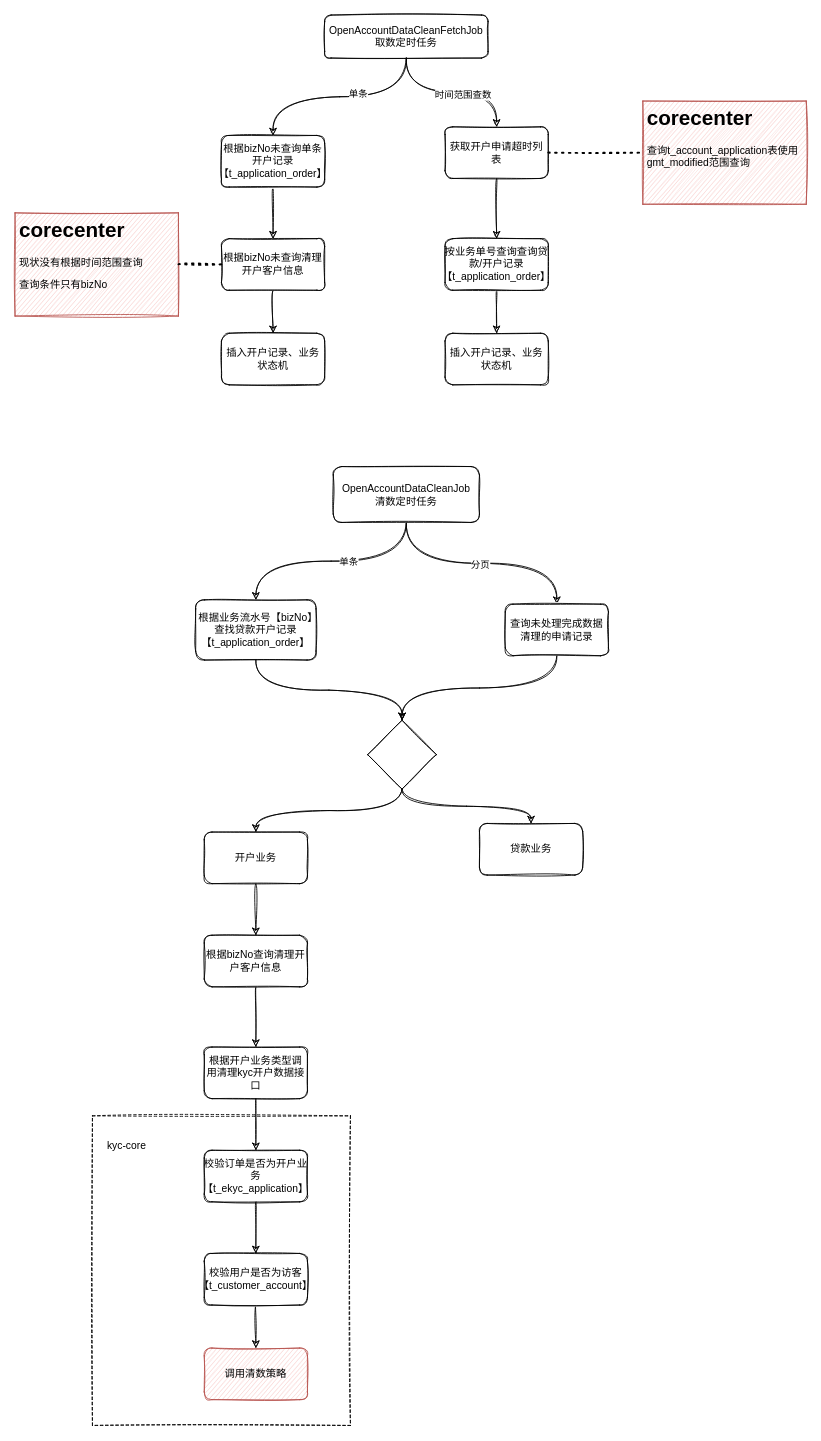
This is Untitled Diagram.drawio from QirongZhang/repository, a draw.io file, before an edit. Source tidied: cells renumbered, new cells numbered last; positions are measured from the earlier drawing's top-left corner, leaving out a move shared by most shapes. Both pictures are drawn from the tidied source at 86%, with x=0, y=0 at pixel (15, 15).
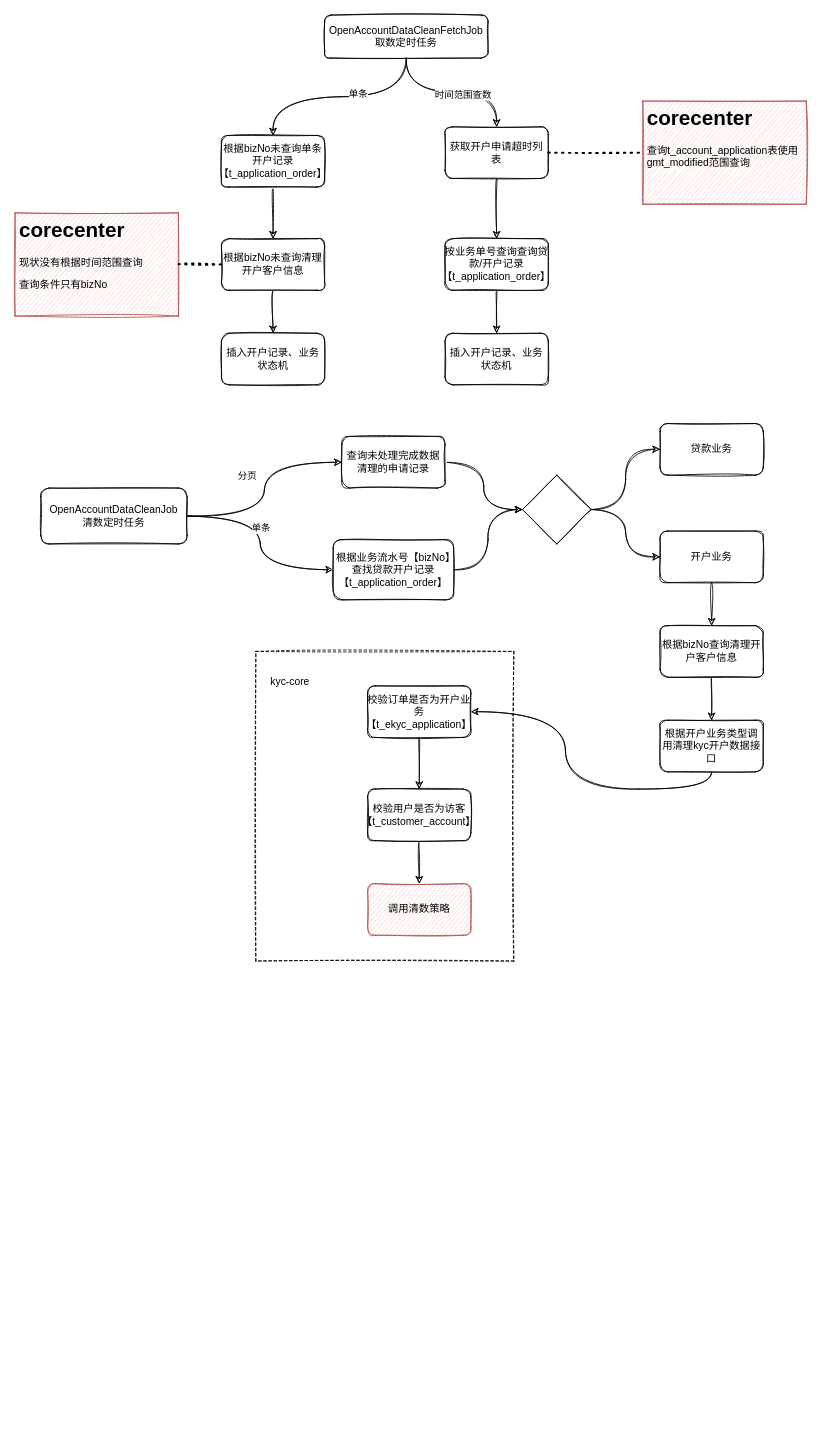
The same page after the edit.

Diff of the diagram source:
```diff
@@
     <mxCell id="2" style="rounded=0;whiteSpace=wrap;html=1;sketch=1;shadow=0;glass=0;dashed=1;" parent="1" vertex="1">
-      <mxGeometry x="90" y="1280" width="300" height="360" as="geometry" />
+      <mxGeometry x="280" y="740" width="300" height="360" as="geometry" />
     </mxCell>
@@
-    <mxCell id="22" style="edgeStyle=orthogonalEdgeStyle;curved=1;rounded=1;sketch=1;jettySize=auto;html=1;exitX=0.5;exitY=1;exitDx=0;exitDy=0;entryX=0.5;entryY=0;entryDx=0;entryDy=0;" parent="1" edge="1" source="26" target="28">
+    <mxCell id="22" style="edgeStyle=orthogonalEdgeStyle;curved=1;rounded=1;sketch=1;jettySize=auto;html=1;exitX=1;exitY=0.5;exitDx=0;exitDy=0;entryX=0;entryY=0.5;entryDx=0;entryDy=0;" parent="1" edge="1" source="26" target="28">
       <mxGeometry relative="1" as="geometry" />
     </mxCell>
@@
-    <mxCell id="24" style="edgeStyle=orthogonalEdgeStyle;curved=1;rounded=1;sketch=1;jettySize=auto;html=1;exitX=0.5;exitY=1;exitDx=0;exitDy=0;entryX=0.5;entryY=0;entryDx=0;entryDy=0;" parent="1" edge="1" source="26" target="30">
+    <mxCell id="24" style="edgeStyle=orthogonalEdgeStyle;curved=1;rounded=1;sketch=1;jettySize=auto;html=1;exitX=1;exitY=0.5;exitDx=0;exitDy=0;entryX=0;entryY=0.5;entryDx=0;entryDy=0;" parent="1" edge="1" source="26" target="30">
       <mxGeometry relative="1" as="geometry" />
     </mxCell>
@@
     <mxCell id="26" value="&lt;div&gt;OpenAccountDataCleanJob&lt;/div&gt;&lt;div&gt;清数定时任务&lt;/div&gt;" style="rounded=1;whiteSpace=wrap;html=1;sketch=1;" parent="1" vertex="1">
-      <mxGeometry x="370" y="525" width="170" height="65" as="geometry" />
+      <mxGeometry x="30" y="550" width="170" height="65" as="geometry" />
     </mxCell>
-    <mxCell id="27" style="edgeStyle=orthogonalEdgeStyle;curved=1;rounded=1;sketch=1;jettySize=auto;html=1;exitX=0.5;exitY=1;exitDx=0;exitDy=0;" parent="1" edge="1" source="28" target="36">
-      <mxGeometry relative="1" as="geometry" />
-    </mxCell>
-    <mxCell id="28" value="根据业务流水号【bizNo】查找贷款开户记录【t_application_order】" style="rounded=1;whiteSpace=wrap;html=1;sketch=1;" parent="1" vertex="1">
-      <mxGeometry x="210" y="680" width="140" height="70" as="geometry" />
-    </mxCell>
-    <mxCell id="29" style="edgeStyle=orthogonalEdgeStyle;curved=1;rounded=1;sketch=1;jettySize=auto;html=1;exitX=0.5;exitY=1;exitDx=0;exitDy=0;" parent="1" edge="1" source="30">
-      <mxGeometry relative="1" as="geometry">
-        <mxPoint x="450" y="820" as="targetPoint" />
-      </mxGeometry>
-    </mxCell>
+    <mxCell id="47" style="edgeStyle=orthogonalEdgeStyle;curved=1;rounded=1;sketch=1;jettySize=auto;html=1;exitX=1;exitY=0.5;exitDx=0;exitDy=0;" parent="1" edge="1" source="30" target="36">
+      <mxGeometry relative="1" as="geometry" />
+    </mxCell>
     <mxCell id="30" value="查询未处理完成数据清理的申请记录" style="rounded=1;whiteSpace=wrap;html=1;sketch=1;" parent="1" vertex="1">
-      <mxGeometry x="570" y="685" width="120" height="60" as="geometry" />
+      <mxGeometry x="380" y="490" width="120" height="60" as="geometry" />
     </mxCell>
@@
     <mxCell id="32" value="开户业务" style="rounded=1;whiteSpace=wrap;html=1;sketch=1;" parent="1" vertex="1">
-      <mxGeometry x="220" y="950" width="120" height="60" as="geometry" />
+      <mxGeometry x="750" y="600" width="120" height="60" as="geometry" />
     </mxCell>
     <mxCell id="33" value="贷款业务&lt;br&gt;" style="rounded=1;whiteSpace=wrap;html=1;sketch=1;" parent="1" vertex="1">
-      <mxGeometry x="540" y="940" width="120" height="60" as="geometry" />
+      <mxGeometry x="750" y="475" width="120" height="60" as="geometry" />
     </mxCell>
-    <mxCell id="34" style="edgeStyle=orthogonalEdgeStyle;curved=1;rounded=1;sketch=1;jettySize=auto;html=1;exitX=0.5;exitY=1;exitDx=0;exitDy=0;entryX=0.5;entryY=0;entryDx=0;entryDy=0;" parent="1" edge="1" source="36" target="32">
+    <mxCell id="34" style="edgeStyle=orthogonalEdgeStyle;curved=1;rounded=1;sketch=1;jettySize=auto;html=1;entryX=0;entryY=0.5;entryDx=0;entryDy=0;" parent="1" edge="1" source="36" target="32">
       <mxGeometry relative="1" as="geometry" />
     </mxCell>
-    <mxCell id="35" style="edgeStyle=orthogonalEdgeStyle;curved=1;rounded=1;sketch=1;jettySize=auto;html=1;exitX=0.5;exitY=1;exitDx=0;exitDy=0;entryX=0.5;entryY=0;entryDx=0;entryDy=0;" parent="1" edge="1" source="36" target="33">
+    <mxCell id="35" style="edgeStyle=orthogonalEdgeStyle;curved=1;rounded=1;sketch=1;jettySize=auto;html=1;exitX=1;exitY=0.5;exitDx=0;exitDy=0;entryX=0;entryY=0.5;entryDx=0;entryDy=0;" parent="1" edge="1" source="36" target="33">
       <mxGeometry relative="1" as="geometry" />
     </mxCell>
     <mxCell id="36" style="rhombus;whiteSpace=wrap;html=1;rounded=0;sketch=1;" parent="1" vertex="1">
-      <mxGeometry x="410" y="820" width="80" height="80" as="geometry" />
+      <mxGeometry x="590" y="535" width="80" height="80" as="geometry" />
     </mxCell>
@@
     <mxCell id="38" value="根据bizNo查询清理开户客户信息" style="rounded=1;whiteSpace=wrap;html=1;sketch=1;" parent="1" vertex="1">
-      <mxGeometry x="220" y="1070" width="120" height="60" as="geometry" />
+      <mxGeometry x="750" y="710" width="120" height="60" as="geometry" />
     </mxCell>
-    <mxCell id="39" style="edgeStyle=orthogonalEdgeStyle;curved=1;rounded=1;sketch=1;jettySize=auto;html=1;exitX=0.5;exitY=1;exitDx=0;exitDy=0;" parent="1" edge="1" source="40" target="42">
+    <mxCell id="39" style="edgeStyle=orthogonalEdgeStyle;curved=1;rounded=1;sketch=1;jettySize=auto;html=1;exitX=0.5;exitY=1;exitDx=0;exitDy=0;entryX=1;entryY=0.5;entryDx=0;entryDy=0;" parent="1" edge="1" source="40" target="42">
       <mxGeometry relative="1" as="geometry" />
     </mxCell>
     <mxCell id="40" value="根据开户业务类型调用清理kyc开户数据接口" style="rounded=1;whiteSpace=wrap;html=1;sketch=1;" parent="1" vertex="1">
-      <mxGeometry x="220" y="1200" width="120" height="60" as="geometry" />
+      <mxGeometry x="750" y="820" width="120" height="60" as="geometry" />
     </mxCell>
@@
     <mxCell id="42" value="校验订单是否为开户业务【t_ekyc_application】" style="rounded=1;whiteSpace=wrap;html=1;sketch=1;" parent="1" vertex="1">
-      <mxGeometry x="220" y="1320" width="120" height="60" as="geometry" />
+      <mxGeometry x="410" y="780" width="120" height="60" as="geometry" />
     </mxCell>
@@
     <mxCell id="44" value="校验用户是否为访客【t_customer_account】" style="rounded=1;whiteSpace=wrap;html=1;sketch=1;" parent="1" vertex="1">
-      <mxGeometry x="220" y="1440" width="120" height="60" as="geometry" />
+      <mxGeometry x="410" y="900" width="120" height="60" as="geometry" />
     </mxCell>
     <mxCell id="45" value="调用清数策略" style="rounded=1;whiteSpace=wrap;html=1;sketch=1;fillColor=#f8cecc;strokeColor=#b85450;" parent="1" vertex="1">
-      <mxGeometry x="220" y="1550" width="120" height="60" as="geometry" />
+      <mxGeometry x="410" y="1010" width="120" height="60" as="geometry" />
     </mxCell>
     <mxCell id="46" value="kyc-core" style="text;html=1;strokeColor=none;fillColor=none;align=center;verticalAlign=middle;whiteSpace=wrap;rounded=0;shadow=0;glass=0;dashed=1;sketch=1;" parent="1" vertex="1">
-      <mxGeometry x="100" y="1300" width="60" height="30" as="geometry" />
+      <mxGeometry x="290" y="760" width="60" height="30" as="geometry" />
     </mxCell>
+    <mxCell id="27" style="edgeStyle=orthogonalEdgeStyle;curved=1;rounded=1;sketch=1;jettySize=auto;html=1;exitX=1;exitY=0.5;exitDx=0;exitDy=0;" parent="1" edge="1" source="28" target="36">
+      <mxGeometry relative="1" as="geometry" />
+    </mxCell>
+    <mxCell id="28" value="根据业务流水号【bizNo】查找贷款开户记录【t_application_order】" style="rounded=1;whiteSpace=wrap;html=1;sketch=1;" parent="1" vertex="1">
+      <mxGeometry x="370" y="610" width="140" height="70" as="geometry" />
+    </mxCell>
```
